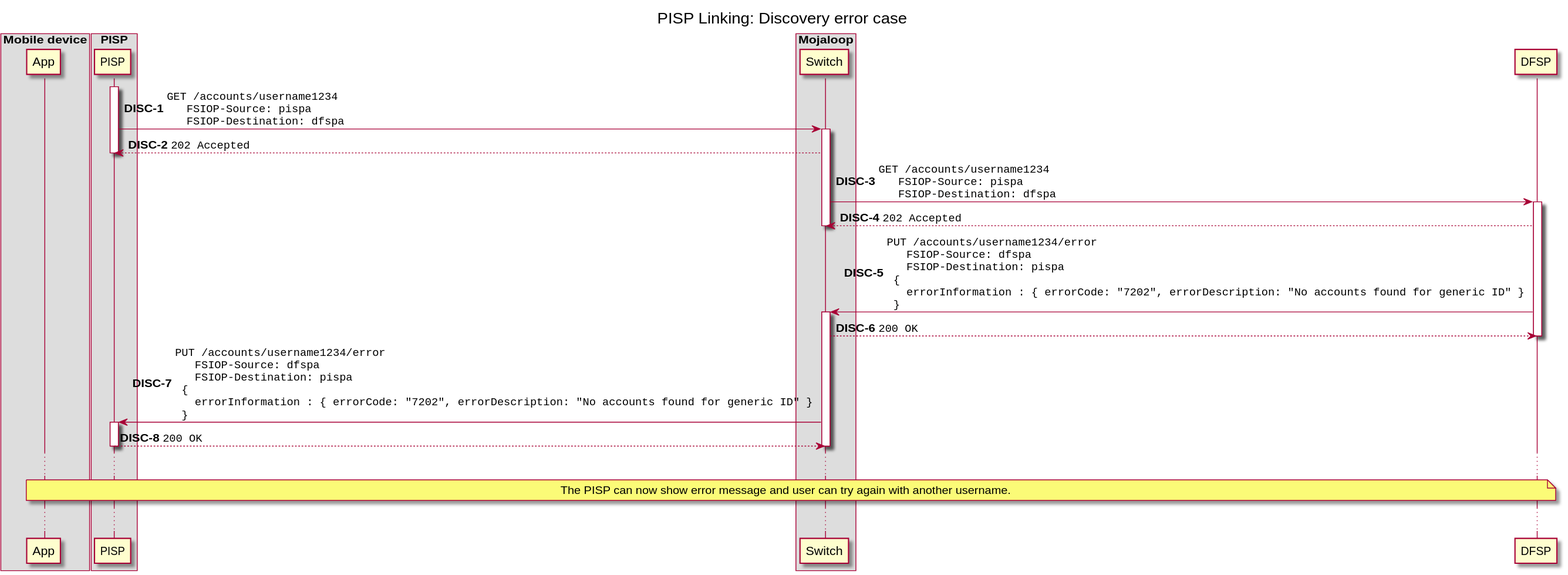
This is docs/out/linking/error_scenarios/1-discovery-error.svg from mojaloop/pisp-project, a PlantUML export, as it was before one commit. Its source is kept beside it as docs/linking/error_scenarios/1-discovery-error.puml. Its diagram source:
```plantuml
@startuml

title PISP Linking: Discovery error case

box "Mobile device"
    participant App
end box

box "PISP"
    participant PISP
end box

box "Mojaloop"
    participant Switch
end box

participant DFSP

autonumber 1 "<b>DISC-#</b>"
activate PISP

PISP -> Switch ++: ""GET /accounts/username1234""\n\
  ""  FSIOP-Source: pispa""\n\
  ""  FSIOP-Destination: dfspa""
Switch --> PISP: ""202 Accepted""
deactivate PISP

Switch -> DFSP ++: ""GET /accounts/username1234""\n\
  ""  FSIOP-Source: pispa""\n\
  ""  FSIOP-Destination: dfspa""
DFSP --> Switch: ""202 Accepted""
deactivate Switch

DFSP -> Switch ++: ""PUT /accounts/username1234/error""\n\
  ""  FSIOP-Source: dfspa""\n\
  ""  FSIOP-Destination: pispa""\n\
  ""{""\n\
  ""  errorInformation : { errorCode: "7202", errorDescription: "No accounts found for generic ID" } ""\n\
  ""}""
Switch --> DFSP: ""200 OK""
deactivate DFSP

Switch -> PISP ++: ""PUT /accounts/username1234/error""\n\
  ""  FSIOP-Source: dfspa""\n\
  ""  FSIOP-Destination: pispa""\n\
  ""{""\n\
  ""  errorInformation : { errorCode: "7202", errorDescription: "No accounts found for generic ID" } ""\n\
  ""}""
PISP --> Switch: ""200 OK""
deactivate Switch
deactivate PISP

...

note over App, DFSP
  The PISP can now show error message and user can try again with another username.
end note

...

@enduml
```
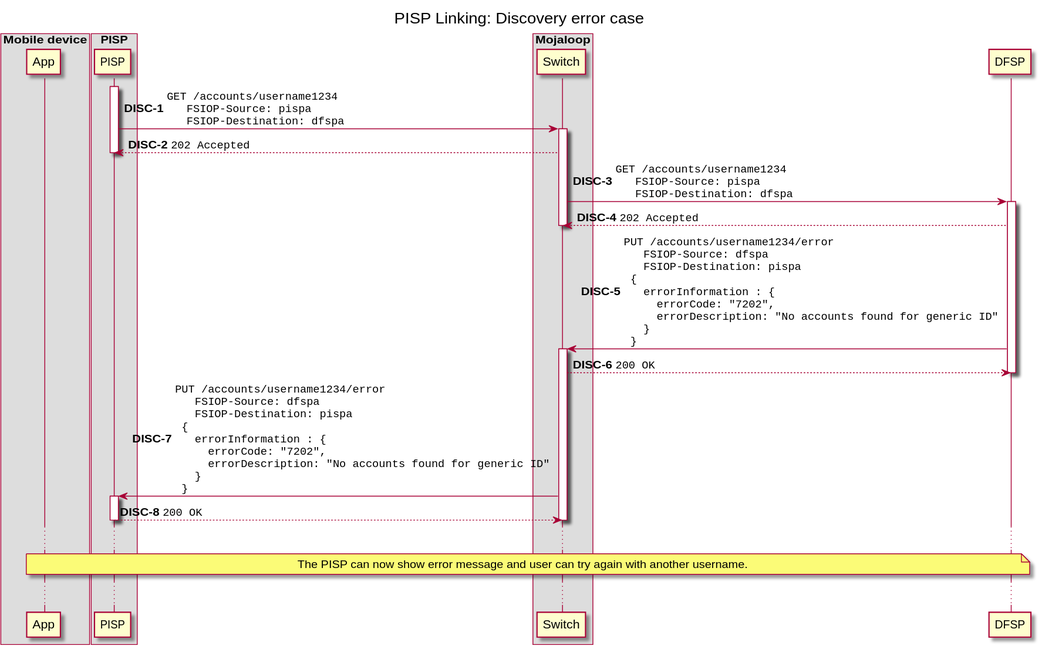
Later version of the same file.

What changed in the source:
```diff
@@ -35,7 +35,10 @@
   ""  FSIOP-Source: dfspa""\n\
   ""  FSIOP-Destination: pispa""\n\
   ""{""\n\
-  ""  errorInformation : { errorCode: "7202", errorDescription: "No accounts found for generic ID" } ""\n\
+  ""  errorInformation : { ""\n\
+  ""    errorCode: "7202", ""\n\
+  ""    errorDescription: "No accounts found for generic ID" ""\n\
+  ""  } ""\n\
   ""}""
 Switch --> DFSP: ""200 OK""
 deactivate DFSP
@@ -44,7 +47,10 @@
   ""  FSIOP-Source: dfspa""\n\
   ""  FSIOP-Destination: pispa""\n\
   ""{""\n\
-  ""  errorInformation : { errorCode: "7202", errorDescription: "No accounts found for generic ID" } ""\n\
+  ""  errorInformation : { ""\n\
+  ""    errorCode: "7202", ""\n\
+  ""    errorDescription: "No accounts found for generic ID" ""\n\
+  ""  } ""\n\
   ""}""
 PISP --> Switch: ""200 OK""
 deactivate Switch
```
